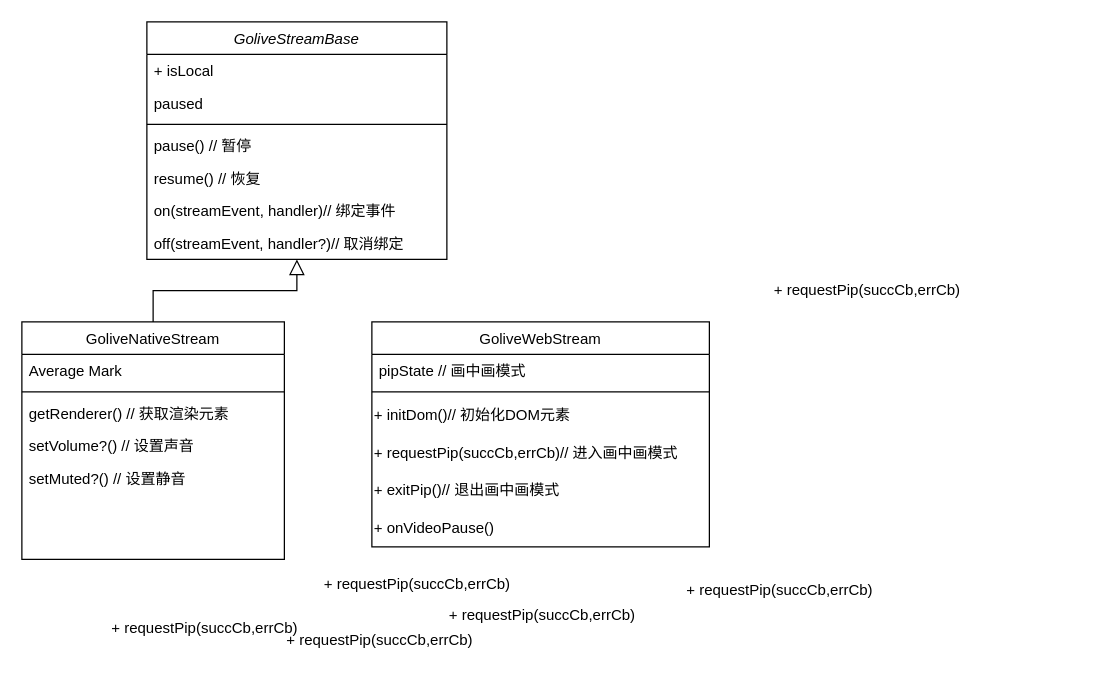
Earlier version of the draw.io diagram golive_Stream类.drawio (ccccccp/draw-io). Source tidied: cells renumbered, new cells numbered last; positions are measured from the earlier drawing's top-left corner, leaving out a move shared by most shapes. Both pictures are drawn from the tidied source at 125%, with x=0, y=0 at pixel (21, 21).
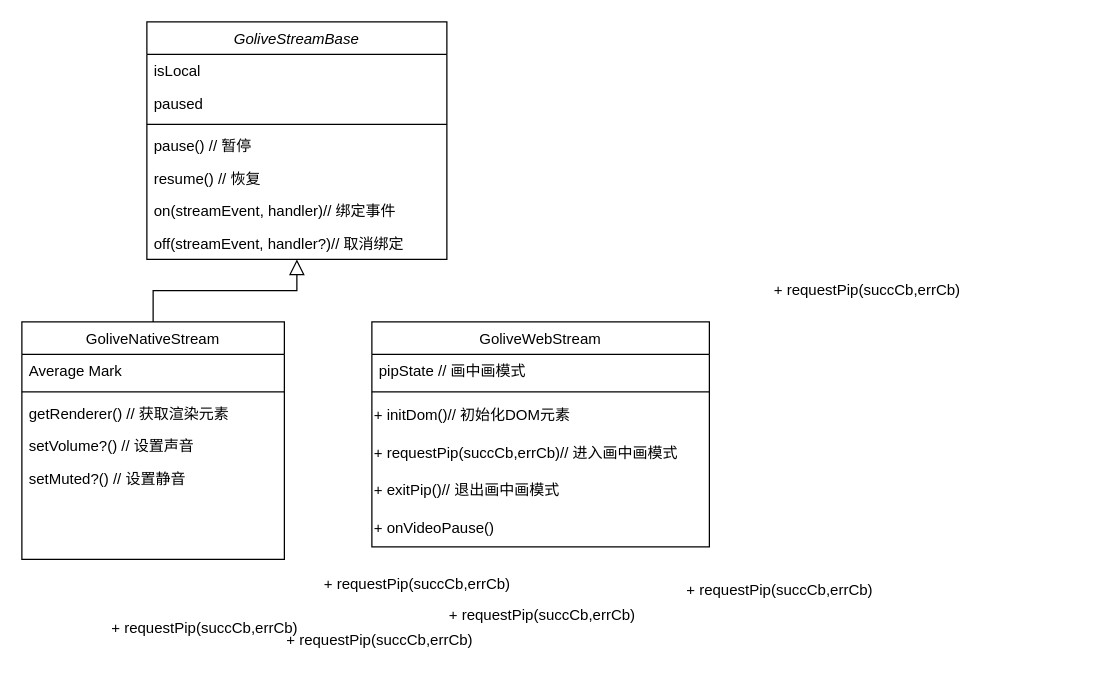
Above is the later version.

Unchanged cells that the change refers to:
```xml
<mxCell id="2" value="GoliveStreamBase" style="swimlane;fontStyle=2;align=center;verticalAlign=top;horizontal=1;startSize=26;rounded=0;shadow=0;strokeWidth=1;" parent="1" vertex="1">
  <mxGeometry x="100" width="240" height="190" as="geometry" />
</mxCell>
```

The edit, as a diff of the source:
```diff
@@
-    <mxCell id="3" value="+ isLocal" style="text;align=left;verticalAlign=top;spacingLeft=4;spacingRight=4;overflow=hidden;" parent="2" vertex="1">
+    <mxCell id="3" value="isLocal" style="text;align=left;verticalAlign=top;spacingLeft=4;spacingRight=4;overflow=hidden;" parent="2" vertex="1">
       <mxGeometry y="26" width="240" height="26" as="geometry" />
     </mxCell>
```
